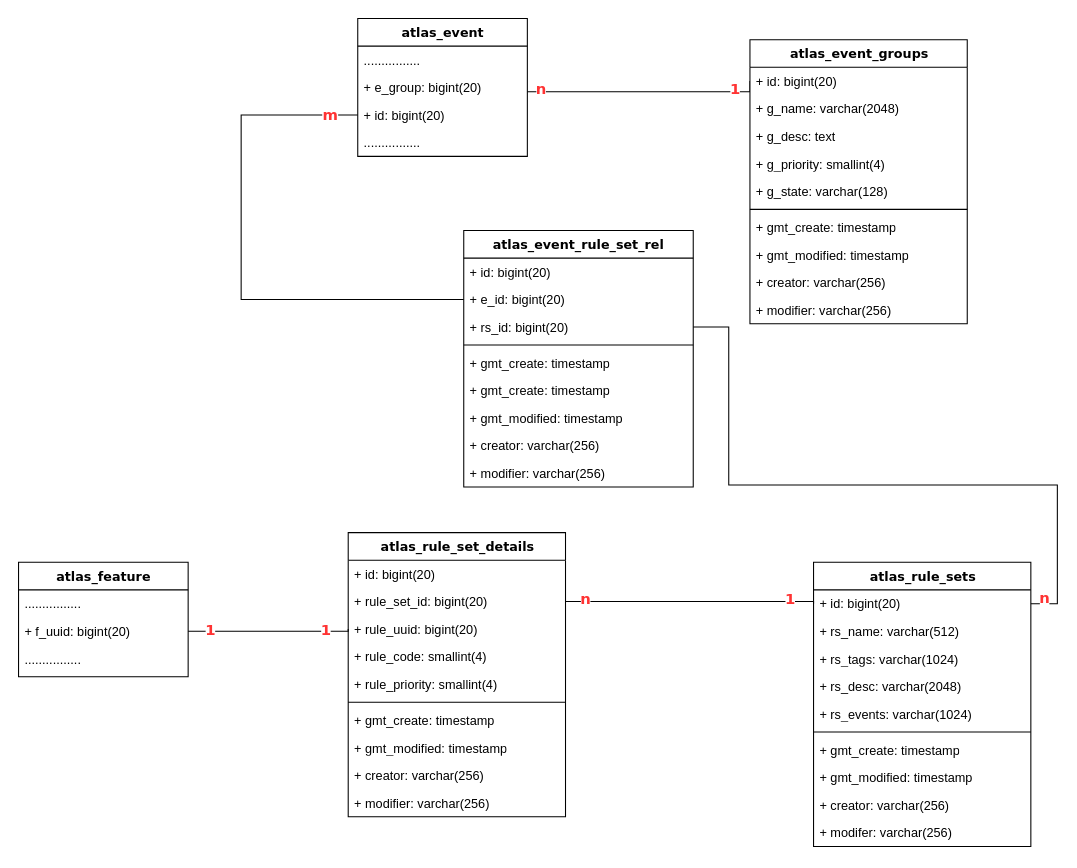
Earlier version of the draw.io diagram risk_rule_sets.drawio (learn2Pro/draw_io_save). Source tidied: cells renumbered, new cells numbered last; positions are measured from the earlier drawing's top-left corner, leaving out a move shared by most shapes. Both pictures are drawn from the tidied source at 106%, with x=0, y=0 at pixel (18, 18).
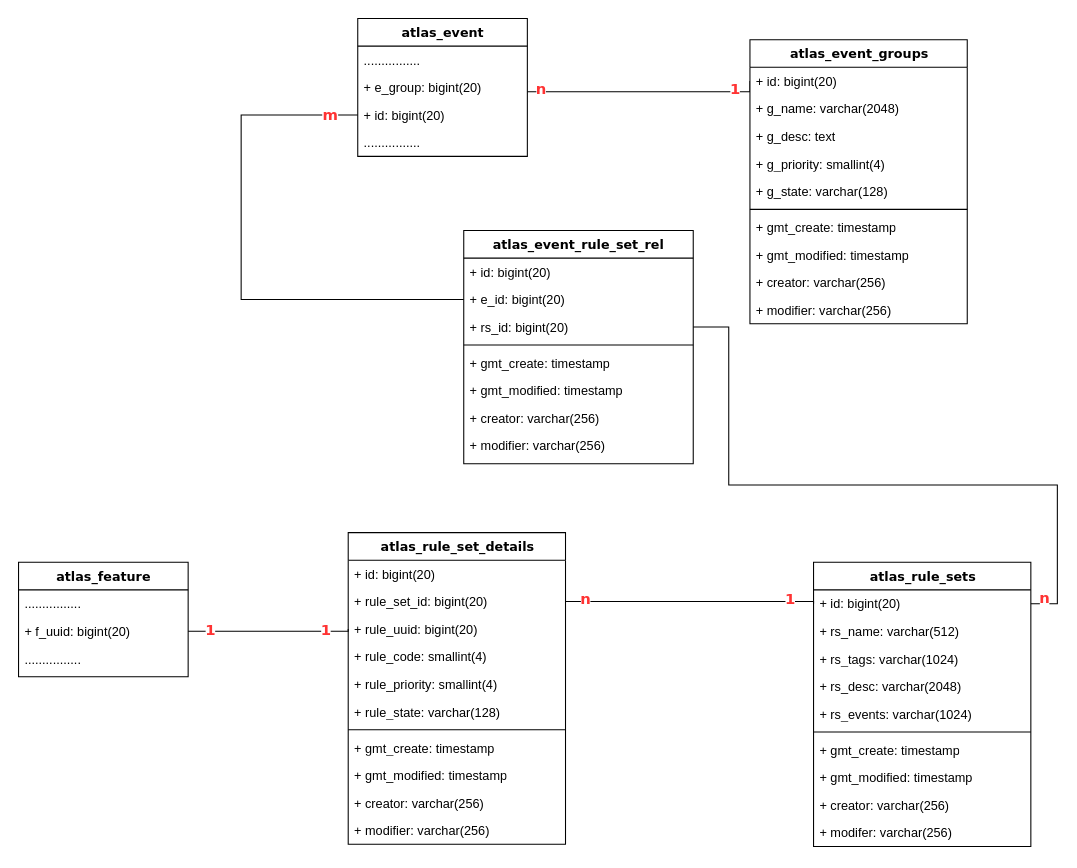
The same diagram, later.

The edit, as a diff of the source:
```diff
@@
     <mxCell id="21" value="atlas_rule_set_details" style="swimlane;html=1;fontStyle=1;align=center;verticalAlign=top;horizontal=1;startSize=26;swimlaneFillColor=#ffffff;rounded=0;shadow=0;comic=0;labelBackgroundColor=none;strokeWidth=1;fillColor=none;fontFamily=Verdana;fontSize=12;" parent="1" vertex="1">
-      <mxGeometry x="311" y="485" width="205" height="268" as="geometry" />
+      <mxGeometry x="311" y="485" width="205" height="294" as="geometry" />
     </mxCell>
@@
+    <mxCell id="67" value="+ rule_state: varchar(128)" style="text;html=1;strokeColor=none;fillColor=none;align=left;verticalAlign=top;spacingLeft=4;spacingRight=4;whiteSpace=wrap;overflow=hidden;" parent="21" vertex="1">
+      <mxGeometry y="156" width="205" height="26" as="geometry" />
+    </mxCell>
     <mxCell id="27" style="line;html=1;strokeWidth=1;fillColor=none;align=left;verticalAlign=middle;spacingTop=-1;spacingLeft=3;spacingRight=3;labelPosition=right;" parent="21" vertex="1">
-      <mxGeometry y="156" width="205" height="8" as="geometry" />
+      <mxGeometry y="182" width="205" height="8" as="geometry" />
     </mxCell>
     <mxCell id="28" value="+ gmt_create: timestamp" style="text;html=1;strokeColor=none;fillColor=none;align=left;verticalAlign=top;spacingLeft=4;spacingRight=4;whiteSpace=wrap;overflow=hidden;" parent="21" vertex="1">
-      <mxGeometry y="164" width="205" height="26" as="geometry" />
+      <mxGeometry y="190" width="205" height="26" as="geometry" />
     </mxCell>
     <mxCell id="29" value="+ gmt_modified: timestamp" style="text;html=1;strokeColor=none;fillColor=none;align=left;verticalAlign=top;spacingLeft=4;spacingRight=4;whiteSpace=wrap;overflow=hidden;" parent="21" vertex="1">
-      <mxGeometry y="190" width="205" height="26" as="geometry" />
+      <mxGeometry y="216" width="205" height="26" as="geometry" />
     </mxCell>
     <mxCell id="30" value="+ creator: varchar(256)" style="text;html=1;strokeColor=none;fillColor=none;align=left;verticalAlign=top;spacingLeft=4;spacingRight=4;whiteSpace=wrap;overflow=hidden;" parent="21" vertex="1">
-      <mxGeometry y="216" width="205" height="26" as="geometry" />
+      <mxGeometry y="242" width="205" height="26" as="geometry" />
     </mxCell>
     <mxCell id="31" value="+ modifier: varchar(256)" style="text;html=1;strokeColor=none;fillColor=none;align=left;verticalAlign=top;spacingLeft=4;spacingRight=4;whiteSpace=wrap;overflow=hidden;" parent="21" vertex="1">
-      <mxGeometry y="242" width="205" height="26" as="geometry" />
+      <mxGeometry y="268" width="205" height="26" as="geometry" />
     </mxCell>
@@
     <mxCell id="53" value="atlas_event_rule_set_rel" style="swimlane;html=1;fontStyle=1;align=center;verticalAlign=top;horizontal=1;startSize=26;swimlaneFillColor=#ffffff;rounded=0;shadow=0;comic=0;labelBackgroundColor=none;strokeWidth=1;fillColor=none;fontFamily=Verdana;fontSize=12;" parent="1" vertex="1">
-      <mxGeometry x="420" y="200" width="216.5" height="242" as="geometry" />
+      <mxGeometry x="420" y="200" width="216.5" height="220" as="geometry" />
     </mxCell>
@@
-    <mxCell id="59" value="+ gmt_create: timestamp" style="text;html=1;strokeColor=none;fillColor=none;align=left;verticalAlign=top;spacingLeft=4;spacingRight=4;whiteSpace=wrap;overflow=hidden;" parent="53" vertex="1">
-      <mxGeometry y="138" width="216.5" height="26" as="geometry" />
-    </mxCell>
     <mxCell id="60" value="+ gmt_modified: timestamp" style="text;html=1;strokeColor=none;fillColor=none;align=left;verticalAlign=top;spacingLeft=4;spacingRight=4;whiteSpace=wrap;overflow=hidden;" parent="53" vertex="1">
-      <mxGeometry y="164" width="216.5" height="26" as="geometry" />
+      <mxGeometry y="138" width="216.5" height="26" as="geometry" />
     </mxCell>
     <mxCell id="61" value="+ creator: varchar(256)" style="text;html=1;strokeColor=none;fillColor=none;align=left;verticalAlign=top;spacingLeft=4;spacingRight=4;whiteSpace=wrap;overflow=hidden;" parent="53" vertex="1">
-      <mxGeometry y="190" width="216.5" height="26" as="geometry" />
+      <mxGeometry y="164" width="216.5" height="26" as="geometry" />
     </mxCell>
     <mxCell id="62" value="+ modifier: varchar(256)" style="text;html=1;strokeColor=none;fillColor=none;align=left;verticalAlign=top;spacingLeft=4;spacingRight=4;whiteSpace=wrap;overflow=hidden;" parent="53" vertex="1">
-      <mxGeometry y="216" width="216.5" height="26" as="geometry" />
+      <mxGeometry y="190" width="216.5" height="26" as="geometry" />
     </mxCell>
```
